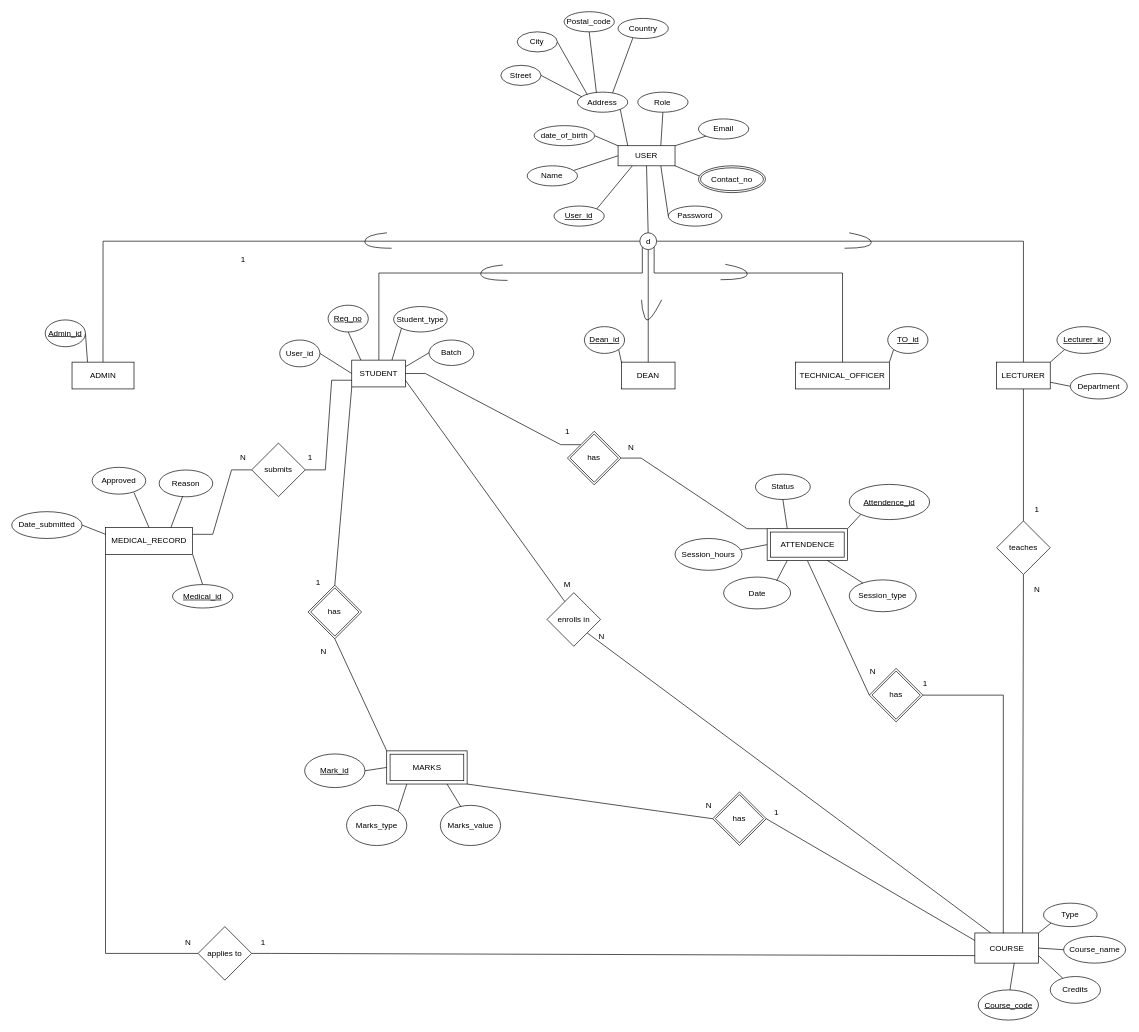
Above: page "Page-3" (2 of 2) of Resources/Updated EER and Mapping/EER and Mapping.drawio in dilusharadeeshan/Student-Management-System (draw.io), before the change. Source tidied: cells renumbered, new cells numbered last; positions are measured from the earlier drawing's top-left corner, leaving out a move shared by most shapes. Both pictures are drawn from the tidied source at 67%, with x=0, y=0 at pixel (11, 11).
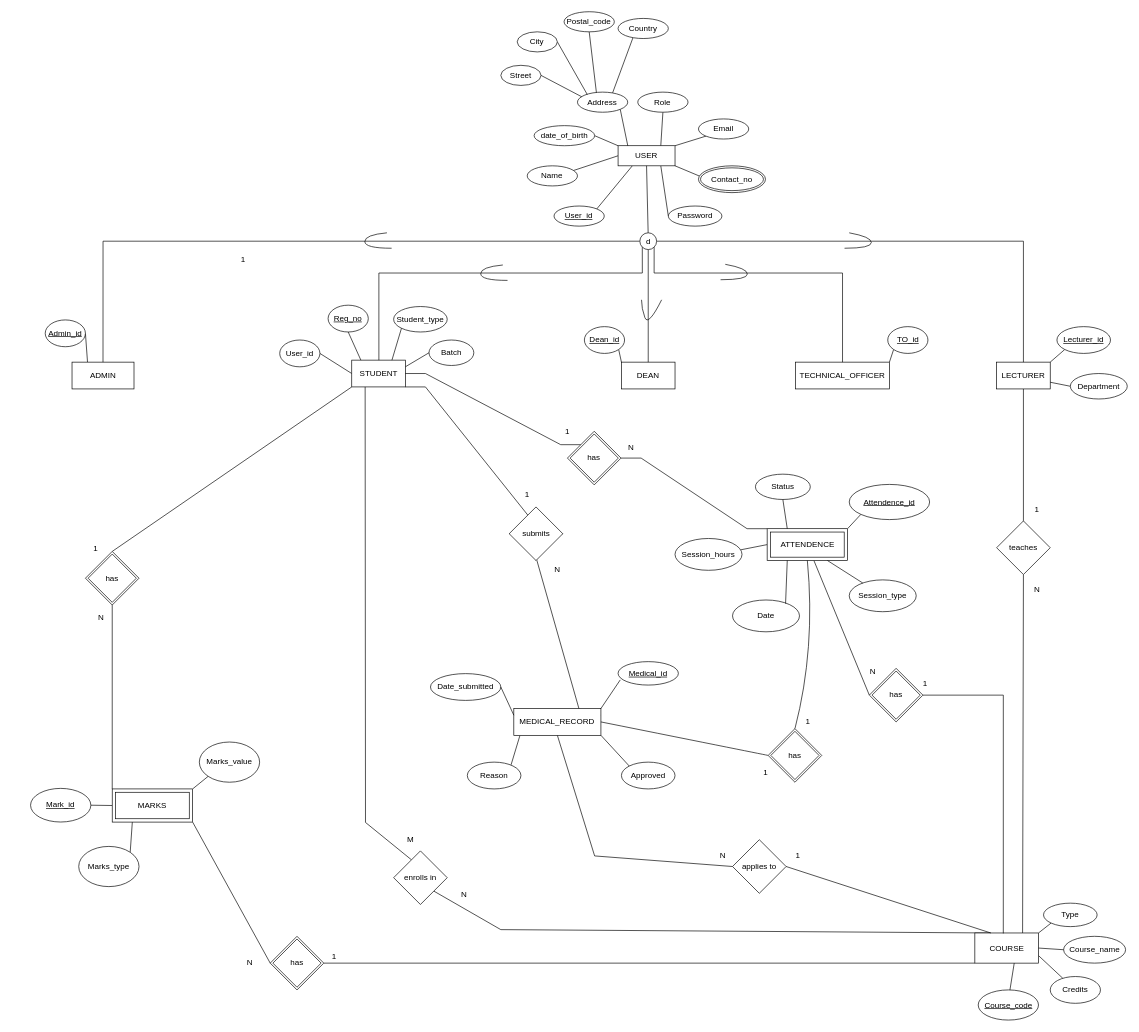
Above is the later version.

Unchanged cells that the change refers to:
```xml
<mxCell id="22" value="STUDENT" style="rounded=0;whiteSpace=wrap;html=1;strokeColor=default;strokeWidth=1;" parent="1" vertex="1">
  <mxGeometry x="507.5" y="520" width="80" height="40" as="geometry" />
</mxCell>
<mxCell id="35" value="COURSE" style="rounded=0;whiteSpace=wrap;html=1;strokeColor=default;strokeWidth=1;" parent="1" vertex="1">
  <mxGeometry x="1437.5" y="1375" width="95" height="45" as="geometry" />
</mxCell>
<mxCell id="41" value="ATTENDENCE" style="shape=ext;margin=3;double=1;whiteSpace=wrap;html=1;align=center;" parent="1" vertex="1">
  <mxGeometry x="1127.5" y="771.6" width="120" height="47.5" as="geometry" />
</mxCell>
<mxCell id="95" value="has" style="shape=rhombus;double=1;perimeter=rhombusPerimeter;whiteSpace=wrap;html=1;align=center;" parent="1" vertex="1">
  <mxGeometry x="1280" y="980" width="80" height="80" as="geometry" />
</mxCell>
```

Change to the diagram source:
```diff
@@
     <mxCell id="17" style="rounded=0;jettySize=auto;html=1;exitX=1;exitY=1;exitDx=0;exitDy=0;entryX=0.25;entryY=0;entryDx=0;entryDy=0;endArrow=none;startFill=0;strokeColor=default;strokeWidth=1;" parent="1" edge="1" source="75" target="35">
-      <mxGeometry relative="1" as="geometry" />
+      <mxGeometry relative="1" as="geometry">
+        <Array as="points">
+          <mxPoint x="730" y="1370" />
+        </Array>
+      </mxGeometry>
     </mxCell>
@@
-    <mxCell id="32" style="rounded=0;jettySize=auto;html=1;exitX=0;exitY=0.5;exitDx=0;exitDy=0;entryX=0.5;entryY=1;entryDx=0;entryDy=0;endArrow=none;startFill=0;strokeColor=default;strokeWidth=1;" parent="1" edge="1" source="95" target="41">
+    <mxCell id="32" style="rounded=0;jettySize=auto;html=1;exitX=0;exitY=0.5;exitDx=0;exitDy=0;endArrow=none;startFill=0;strokeColor=default;strokeWidth=1;" parent="1" edge="1" source="95" target="41">
       <mxGeometry relative="1" as="geometry" />
     </mxCell>
@@
-    <mxCell id="34" style="edgeStyle=orthogonalEdgeStyle;rounded=0;jettySize=auto;html=1;exitX=0;exitY=0.5;exitDx=0;exitDy=0;entryX=0;entryY=1;entryDx=0;entryDy=0;endArrow=none;startFill=0;strokeColor=default;strokeWidth=1;" parent="1" edge="1" source="83" target="50">
-      <mxGeometry relative="1" as="geometry" />
+    <mxCell id="34" style="rounded=0;jettySize=auto;html=1;exitX=0;exitY=0.5;exitDx=0;exitDy=0;entryX=0.5;entryY=1;entryDx=0;entryDy=0;endArrow=none;startFill=0;strokeColor=default;strokeWidth=1;" parent="1" edge="1" source="83" target="50">
+      <mxGeometry relative="1" as="geometry">
+        <Array as="points">
+          <mxPoint x="870" y="1260" />
+        </Array>
+      </mxGeometry>
     </mxCell>
@@
     <mxCell id="45" value="MARKS" style="shape=ext;margin=3;double=1;whiteSpace=wrap;html=1;align=center;" parent="1" vertex="1">
-      <mxGeometry x="559.7" y="1103.2" width="120" height="49.5" as="geometry" />
+      <mxGeometry x="150" y="1160" width="120" height="49.5" as="geometry" />
     </mxCell>
     <mxCell id="46" value="&lt;u&gt;Mark_id&lt;/u&gt;" style="ellipse;whiteSpace=wrap;html=1;strokeColor=default;strokeWidth=1;" parent="1" vertex="1">
-      <mxGeometry x="437.2" y="1107.8" width="90" height="50.2" as="geometry" />
+      <mxGeometry x="28.1" y="1159.2" width="90" height="50.2" as="geometry" />
     </mxCell>
     <mxCell id="47" value="Marks_type" style="ellipse;whiteSpace=wrap;html=1;strokeColor=default;strokeWidth=1;" parent="1" vertex="1">
-      <mxGeometry x="499.7" y="1184.5" width="90" height="60" as="geometry" />
+      <mxGeometry x="100" y="1245.8" width="90" height="60" as="geometry" />
     </mxCell>
-    <mxCell id="48" value="Marks_value" style="ellipse;whiteSpace=wrap;html=1;strokeColor=default;strokeWidth=1;" parent="1" vertex="1">
-      <mxGeometry x="639.7" y="1184.5" width="90" height="60" as="geometry" />
-    </mxCell>
-    <mxCell id="49" style="rounded=0;jettySize=auto;html=1;exitX=1;exitY=1;exitDx=0;exitDy=0;entryX=0.5;entryY=0;entryDx=0;entryDy=0;endArrow=none;startFill=0;strokeColor=default;strokeWidth=1;" parent="1" edge="1" source="50" target="51">
-      <mxGeometry relative="1" as="geometry" />
-    </mxCell>
     <mxCell id="50" value="MEDICAL_RECORD" style="rounded=0;whiteSpace=wrap;html=1;strokeColor=default;strokeWidth=1;" parent="1" vertex="1">
-      <mxGeometry x="140" y="770" width="130" height="40" as="geometry" />
+      <mxGeometry x="749.4" y="1040" width="130" height="40" as="geometry" />
     </mxCell>
-    <mxCell id="51" value="&lt;u&gt;Medical_id&lt;/u&gt;" style="ellipse;whiteSpace=wrap;html=1;strokeColor=default;strokeWidth=1;" parent="1" vertex="1">
-      <mxGeometry x="240" y="855" width="90" height="35" as="geometry" />
-    </mxCell>
     <mxCell id="52" value="Date_submitted" style="ellipse;whiteSpace=wrap;html=1;strokeColor=default;strokeWidth=1;" parent="1" vertex="1">
-      <mxGeometry y="746.2" width="105" height="40" as="geometry" />
+      <mxGeometry x="625" y="987.9" width="105" height="40" as="geometry" />
     </mxCell>
-    <mxCell id="53" value="Reason" style="ellipse;whiteSpace=wrap;html=1;strokeColor=default;strokeWidth=1;" parent="1" vertex="1">
-      <mxGeometry x="220" y="684" width="80" height="40" as="geometry" />
-    </mxCell>
-    <mxCell id="54" value="Approved" style="ellipse;whiteSpace=wrap;html=1;strokeColor=default;strokeWidth=1;" parent="1" vertex="1">
-      <mxGeometry x="120" y="680" width="80" height="40" as="geometry" />
-    </mxCell>
@@
-    <mxCell id="72" style="rounded=0;jettySize=auto;html=1;entryX=1;entryY=0.5;entryDx=0;entryDy=0;endArrow=none;startFill=0;exitX=0;exitY=0.25;exitDx=0;exitDy=0;strokeColor=default;strokeWidth=1;" parent="1" edge="1" source="35" target="73">
+    <mxCell id="72" style="rounded=0;jettySize=auto;html=1;entryX=1;entryY=0.5;entryDx=0;entryDy=0;endArrow=none;startFill=0;exitX=0;exitY=1;exitDx=0;exitDy=0;strokeColor=default;strokeWidth=1;" parent="1" edge="1" source="35" target="73">
       <mxGeometry relative="1" as="geometry" />
     </mxCell>
     <mxCell id="73" value="has" style="shape=rhombus;double=1;perimeter=rhombusPerimeter;whiteSpace=wrap;html=1;align=center;" parent="1" vertex="1">
-      <mxGeometry x="1046.2" y="1164.5" width="80" height="80" as="geometry" />
+      <mxGeometry x="385.8" y="1380" width="80" height="80" as="geometry" />
     </mxCell>
-    <mxCell id="74" style="rounded=0;jettySize=auto;html=1;exitX=1;exitY=0.75;exitDx=0;exitDy=0;entryX=0.25;entryY=0;entryDx=0;entryDy=0;endArrow=none;startFill=0;strokeColor=default;strokeWidth=1;" parent="1" edge="1" source="22" target="75">
-      <mxGeometry relative="1" as="geometry" />
+    <mxCell id="74" style="rounded=0;jettySize=auto;html=1;exitX=0.25;exitY=1;exitDx=0;exitDy=0;entryX=0.25;entryY=0;entryDx=0;entryDy=0;endArrow=none;startFill=0;strokeColor=default;strokeWidth=1;" parent="1" edge="1" source="22" target="75">
+      <mxGeometry relative="1" as="geometry">
+        <Array as="points">
+          <mxPoint x="528" y="1210" />
+        </Array>
+      </mxGeometry>
     </mxCell>
     <mxCell id="75" value="enrolls in" style="rhombus;whiteSpace=wrap;html=1;strokeColor=default;strokeWidth=1;" parent="1" vertex="1">
-      <mxGeometry x="798.9" y="867.1" width="80" height="80" as="geometry" />
+      <mxGeometry x="570" y="1252.5" width="80" height="80" as="geometry" />
     </mxCell>
-    <mxCell id="76" style="rounded=0;jettySize=auto;html=1;exitX=0.75;exitY=1;exitDx=0;exitDy=0;entryX=0.342;entryY=0.037;entryDx=0;entryDy=0;entryPerimeter=0;endArrow=none;startFill=0;strokeColor=default;strokeWidth=1;" parent="1" edge="1" source="45" target="48">
-      <mxGeometry relative="1" as="geometry" />
-    </mxCell>
-    <mxCell id="77" style="rounded=0;jettySize=auto;html=1;exitX=0.75;exitY=0;exitDx=0;exitDy=0;entryX=0.44;entryY=0.977;entryDx=0;entryDy=0;entryPerimeter=0;endArrow=none;startFill=0;strokeColor=default;strokeWidth=1;" parent="1" edge="1" source="50" target="53">
-      <mxGeometry relative="1" as="geometry" />
-    </mxCell>
-    <mxCell id="78" style="rounded=0;jettySize=auto;html=1;exitX=0.5;exitY=0;exitDx=0;exitDy=0;entryX=0.779;entryY=0.937;entryDx=0;entryDy=0;entryPerimeter=0;endArrow=none;startFill=0;strokeColor=default;strokeWidth=1;" parent="1" edge="1" source="50" target="54">
-      <mxGeometry relative="1" as="geometry" />
-    </mxCell>
@@
     <mxCell id="81" value="has" style="shape=rhombus;double=1;perimeter=rhombusPerimeter;whiteSpace=wrap;html=1;align=center;" parent="1" vertex="1">
-      <mxGeometry x="442.2" y="855.9" width="80" height="80" as="geometry" />
+      <mxGeometry x="110" y="805.5" width="80" height="80" as="geometry" />
     </mxCell>
-    <mxCell id="82" style="rounded=0;jettySize=auto;html=1;entryX=1;entryY=0.5;entryDx=0;entryDy=0;endArrow=none;startFill=0;exitX=0;exitY=0.75;exitDx=0;exitDy=0;edgeStyle=entityRelationEdgeStyle;strokeColor=default;strokeWidth=1;" parent="1" edge="1" source="35" target="83">
+    <mxCell id="82" style="rounded=0;jettySize=auto;html=1;entryX=1;entryY=0.5;entryDx=0;entryDy=0;endArrow=none;startFill=0;exitX=0.25;exitY=0;exitDx=0;exitDy=0;strokeColor=default;strokeWidth=1;" parent="1" edge="1" source="35" target="83">
       <mxGeometry relative="1" as="geometry" />
     </mxCell>
     <mxCell id="83" value="applies to" style="rhombus;whiteSpace=wrap;html=1;strokeColor=default;strokeWidth=1;" parent="1" vertex="1">
-      <mxGeometry x="278.1" y="1365.5" width="80" height="80" as="geometry" />
+      <mxGeometry x="1075.8" y="1235.8" width="80" height="80" as="geometry" />
     </mxCell>
@@
-    <mxCell id="92" style="edgeStyle=entityRelationEdgeStyle;rounded=0;jettySize=auto;html=1;exitX=0;exitY=0.75;exitDx=0;exitDy=0;entryX=1;entryY=0.5;entryDx=0;entryDy=0;endArrow=none;startFill=0;strokeColor=default;strokeWidth=1;" parent="1" edge="1" source="22" target="93">
+    <mxCell id="92" style="edgeStyle=entityRelationEdgeStyle;rounded=0;jettySize=auto;html=1;exitX=1;exitY=1;exitDx=0;exitDy=0;entryX=1;entryY=0.5;entryDx=0;entryDy=0;endArrow=none;startFill=0;strokeColor=default;strokeWidth=1;" parent="1" edge="1" source="22" target="93">
       <mxGeometry relative="1" as="geometry" />
     </mxCell>
     <mxCell id="93" value="submits" style="rhombus;whiteSpace=wrap;html=1;strokeColor=default;strokeWidth=1;" parent="1" vertex="1">
-      <mxGeometry x="358.1" y="643.8" width="80" height="80" as="geometry" />
+      <mxGeometry x="742.5" y="739.1" width="80" height="80" as="geometry" />
     </mxCell>
@@
     <mxCell id="100" value="Date" style="ellipse;whiteSpace=wrap;html=1;strokeColor=default;strokeWidth=1;" parent="1" vertex="1">
-      <mxGeometry x="1062.5" y="843.8" width="100" height="47.5" as="geometry" />
+      <mxGeometry x="1075.8" y="878" width="100" height="47.5" as="geometry" />
     </mxCell>
@@
     <mxCell id="123" value="N" style="text;html=1;align=center;verticalAlign=middle;strokeColor=none;fillColor=none;" parent="1" vertex="1">
-      <mxGeometry x="864.8" y="917.1" width="30" height="30" as="geometry" />
+      <mxGeometry x="659.7" y="1302.5" width="30" height="30" as="geometry" />
     </mxCell>
     <mxCell id="124" value="M" style="text;html=1;align=center;verticalAlign=middle;strokeColor=none;fillColor=none;" parent="1" vertex="1">
-      <mxGeometry x="814.4" y="840" width="30" height="30" as="geometry" />
+      <mxGeometry x="580" y="1221" width="30" height="30" as="geometry" />
     </mxCell>
@@
     <mxCell id="128" value="1" style="text;html=1;align=center;verticalAlign=middle;strokeColor=none;fillColor=none;" parent="1" vertex="1">
-      <mxGeometry x="442.2" y="836.6" width="30" height="30" as="geometry" />
+      <mxGeometry x="110" y="786.2" width="30" height="30" as="geometry" />
     </mxCell>
     <mxCell id="129" value="1" style="text;html=1;align=center;verticalAlign=middle;strokeColor=none;fillColor=none;" parent="1" vertex="1">
-      <mxGeometry x="430" y="650" width="30" height="30" as="geometry" />
+      <mxGeometry x="754.4" y="705.5" width="30" height="30" as="geometry" />
     </mxCell>
     <mxCell id="130" value="N" style="text;html=1;align=center;verticalAlign=middle;strokeColor=none;fillColor=none;" parent="1" vertex="1">
-      <mxGeometry x="450.3" y="940" width="30" height="30" as="geometry" />
+      <mxGeometry x="118.1" y="889.6" width="30" height="30" as="geometry" />
     </mxCell>
     <mxCell id="131" value="N" style="text;html=1;align=center;verticalAlign=middle;strokeColor=none;fillColor=none;" parent="1" vertex="1">
-      <mxGeometry x="330" y="650" width="30" height="30" as="geometry" />
+      <mxGeometry x="799.4" y="818" width="30" height="30" as="geometry" />
     </mxCell>
@@
     <mxCell id="134" value="1" style="text;html=1;align=center;verticalAlign=middle;strokeColor=none;fillColor=none;" parent="1" vertex="1">
-      <mxGeometry x="1125.9" y="1180" width="30" height="30" as="geometry" />
+      <mxGeometry x="465.5" y="1395.5" width="30" height="30" as="geometry" />
     </mxCell>
     <mxCell id="135" value="N" style="text;html=1;align=center;verticalAlign=middle;strokeColor=none;fillColor=none;" parent="1" vertex="1">
-      <mxGeometry x="1025" y="1170" width="30" height="30" as="geometry" />
+      <mxGeometry x="340" y="1405" width="30" height="30" as="geometry" />
     </mxCell>
     <mxCell id="136" value="1" style="text;html=1;align=center;verticalAlign=middle;strokeColor=none;fillColor=none;" parent="1" vertex="1">
-      <mxGeometry x="360" y="1375" width="30" height="30" as="geometry" />
+      <mxGeometry x="1157.7" y="1245.2" width="30" height="30" as="geometry" />
     </mxCell>
     <mxCell id="137" value="N" style="text;html=1;align=center;verticalAlign=middle;strokeColor=none;fillColor=none;" parent="1" vertex="1">
-      <mxGeometry x="248.1" y="1375" width="30" height="30" as="geometry" />
+      <mxGeometry x="1045.8" y="1245.2" width="30" height="30" as="geometry" />
     </mxCell>
@@
+    <mxCell id="53" value="Reason" style="ellipse;whiteSpace=wrap;html=1;strokeColor=default;strokeWidth=1;" parent="1" vertex="1">
+      <mxGeometry x="680" y="1120" width="80" height="40" as="geometry" />
+    </mxCell>
+    <mxCell id="139" style="rounded=0;jettySize=auto;html=1;exitX=0.816;exitY=0.101;exitDx=0;exitDy=0;entryX=0.069;entryY=1.018;entryDx=0;entryDy=0;entryPerimeter=0;endArrow=none;startFill=0;strokeColor=default;strokeWidth=1;exitPerimeter=0;" parent="1" edge="1" source="53" target="50">
+      <mxGeometry relative="1" as="geometry" />
+    </mxCell>
+    <mxCell id="51" value="&lt;u&gt;Medical_id&lt;/u&gt;" style="ellipse;whiteSpace=wrap;html=1;strokeColor=default;strokeWidth=1;" parent="1" vertex="1">
+      <mxGeometry x="905" y="970" width="90" height="35" as="geometry" />
+    </mxCell>
+    <mxCell id="140" style="rounded=0;jettySize=auto;html=1;exitX=0.036;exitY=0.78;exitDx=0;exitDy=0;entryX=1;entryY=0;entryDx=0;entryDy=0;endArrow=none;startFill=0;strokeColor=default;strokeWidth=1;exitPerimeter=0;" parent="1" edge="1" source="51" target="50">
+      <mxGeometry relative="1" as="geometry" />
+    </mxCell>
+    <mxCell id="54" value="Approved" style="ellipse;whiteSpace=wrap;html=1;strokeColor=default;strokeWidth=1;" parent="1" vertex="1">
+      <mxGeometry x="910" y="1120" width="80" height="40" as="geometry" />
+    </mxCell>
+    <mxCell id="141" style="rounded=0;jettySize=auto;html=1;exitX=0;exitY=0;exitDx=0;exitDy=0;entryX=1;entryY=1;entryDx=0;entryDy=0;endArrow=none;startFill=0;strokeColor=default;strokeWidth=1;" parent="1" edge="1" source="54" target="50">
+      <mxGeometry relative="1" as="geometry" />
+    </mxCell>
+    <mxCell id="142" style="edgeStyle=none;curved=1;rounded=0;jettySize=auto;html=1;exitX=0.5;exitY=0;exitDx=0;exitDy=0;entryX=0.5;entryY=1;entryDx=0;entryDy=0;fontSize=12;startSize=8;endSize=8;endArrow=none;endFill=0;" parent="1" edge="1" source="144" target="41">
+      <mxGeometry relative="1" as="geometry">
+        <Array as="points">
+          <mxPoint x="1200" y="950" />
+        </Array>
+      </mxGeometry>
+    </mxCell>
+    <mxCell id="143" style="edgeStyle=none;curved=1;rounded=0;jettySize=auto;html=1;exitX=0;exitY=0.5;exitDx=0;exitDy=0;entryX=1;entryY=0.5;entryDx=0;entryDy=0;fontSize=12;startSize=8;endSize=8;endArrow=none;endFill=0;" parent="1" edge="1" source="144" target="50">
+      <mxGeometry relative="1" as="geometry" />
+    </mxCell>
+    <mxCell id="144" value="has" style="shape=rhombus;double=1;perimeter=rhombusPerimeter;whiteSpace=wrap;html=1;align=center;" parent="1" vertex="1">
+      <mxGeometry x="1129" y="1070" width="80" height="80" as="geometry" />
+    </mxCell>
+    <mxCell id="145" value="1" style="text;html=1;align=center;verticalAlign=middle;strokeColor=none;fillColor=none;" parent="1" vertex="1">
+      <mxGeometry x="1110" y="1120" width="30" height="30" as="geometry" />
+    </mxCell>
+    <mxCell id="146" value="1" style="text;html=1;align=center;verticalAlign=middle;strokeColor=none;fillColor=none;" parent="1" vertex="1">
+      <mxGeometry x="1172.5" y="1045" width="30" height="30" as="geometry" />
+    </mxCell>
+    <mxCell id="48" value="Marks_value" style="ellipse;whiteSpace=wrap;html=1;strokeColor=default;strokeWidth=1;" parent="1" vertex="1">
+      <mxGeometry x="280" y="1090" width="90" height="60" as="geometry" />
+    </mxCell>
+    <mxCell id="147" style="rounded=0;jettySize=auto;html=1;exitX=0;exitY=1;exitDx=0;exitDy=0;entryX=1;entryY=0;entryDx=0;entryDy=0;endArrow=none;startFill=0;strokeColor=default;strokeWidth=1;" parent="1" edge="1" source="48" target="45">
+      <mxGeometry relative="1" as="geometry" />
+    </mxCell>
```
